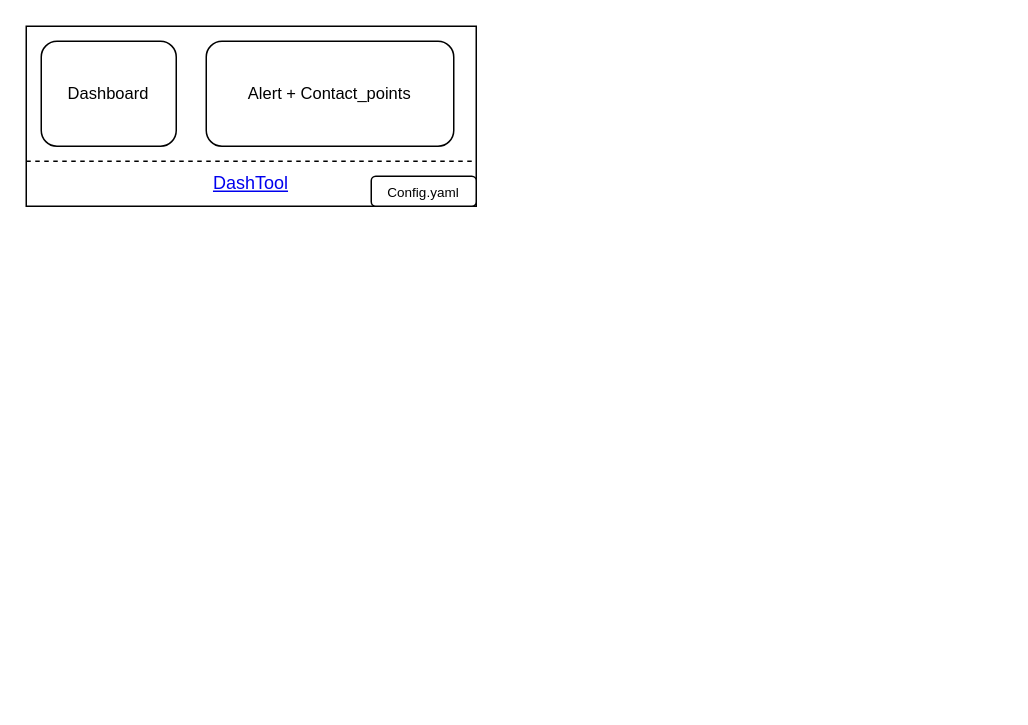
This is Metrics2.0 Webapps design.drawio from Tomoku-dm/diagrams_file, a draw.io file, before an edit. Source tidied: cells renumbered, new cells numbered last; positions are measured from the earlier drawing's top-left corner, leaving out a move shared by most shapes. Both pictures are drawn from the tidied source at 150%, with x=0, y=0 at pixel (26, 26).
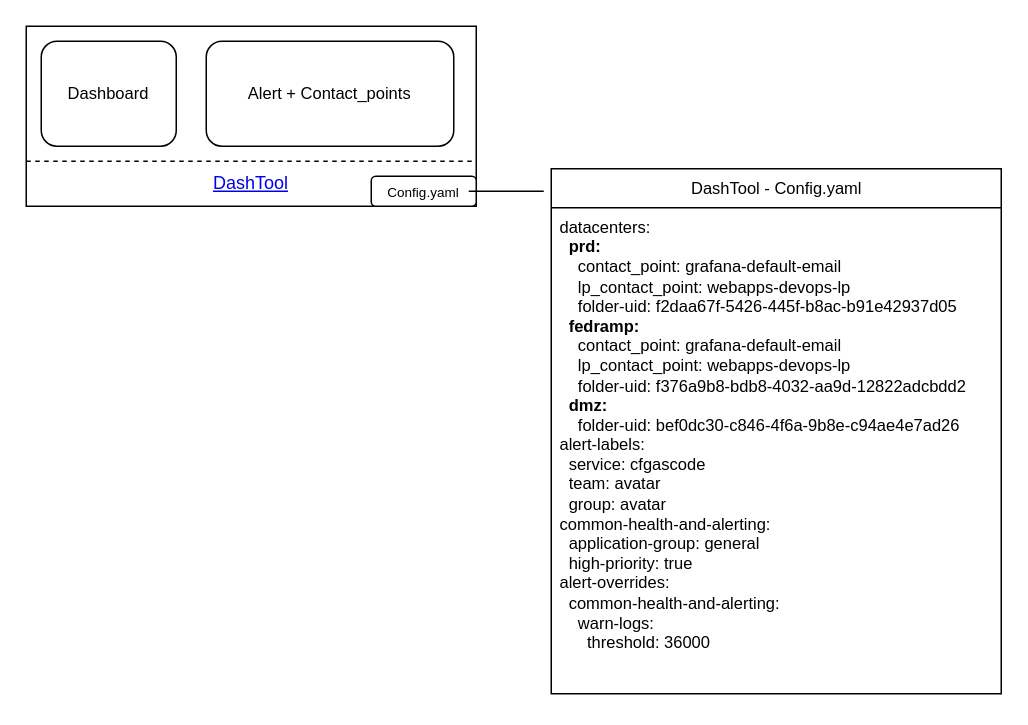
After the change.

The edit, as a diff of the source:
```diff
@@
 <mxGraphModel>
   <root>
     <mxCell id="0" />
     <mxCell id="1" parent="0" />
     <mxCell id="2" style="rounded=0;whiteSpace=wrap;html=1;" parent="1" vertex="1">
       <mxGeometry width="300" height="120" as="geometry" />
     </mxCell>
     <mxCell id="3" value="&lt;a href=&quot;https://sqbu-github.cisco.com/WebExSquared/dash-tool&quot;&gt;DashTool&lt;/a&gt;" style="text;html=1;align=center;verticalAlign=middle;whiteSpace=wrap;rounded=0;" parent="1" vertex="1">
       <mxGeometry x="120" y="90" width="60" height="30" as="geometry" />
     </mxCell>
     <mxCell id="4" style="rounded=1;whiteSpace=wrap;html=1;" parent="1" vertex="1">
       <mxGeometry x="230" y="100" width="70" height="20" as="geometry" />
     </mxCell>
+    <mxCell id="9" style="edgeStyle=none;shape=connector;rounded=0;jettySize=auto;html=1;strokeColor=default;align=center;verticalAlign=middle;fontFamily=Helvetica;fontSize=11;fontColor=default;labelBackgroundColor=default;endArrow=none;" parent="1" edge="1" source="5">
+      <mxGeometry relative="1" as="geometry">
+        <mxPoint x="345" y="110" as="targetPoint" />
+      </mxGeometry>
+    </mxCell>
     <mxCell id="5" value="&lt;font style=&quot;font-size: 9px;&quot;&gt;Config.yaml&lt;/font&gt;" style="text;html=1;align=center;verticalAlign=middle;whiteSpace=wrap;rounded=0;" parent="1" vertex="1">
       <mxGeometry x="235" y="95" width="60" height="30" as="geometry" />
     </mxCell>
     <mxCell id="6" style="endArrow=none;dashed=1;html=1;rounded=0;strokeColor=default;align=center;verticalAlign=middle;fontFamily=Helvetica;fontSize=11;fontColor=default;labelBackgroundColor=default;entryX=1;entryY=0.75;entryDx=0;entryDy=0;exitX=0;exitY=0.75;exitDx=0;exitDy=0;" parent="1" edge="1" source="2" target="2">
       <mxGeometry relative="1" as="geometry" />
     </mxCell>
     <mxCell id="7" value="Dashboard" style="rounded=1;whiteSpace=wrap;html=1;fontFamily=Helvetica;fontSize=11;fontColor=default;labelBackgroundColor=default;" parent="1" vertex="1">
       <mxGeometry x="10" y="10" width="90" height="70" as="geometry" />
     </mxCell>
     <mxCell id="8" value="Alert + Contact_points" style="rounded=1;whiteSpace=wrap;html=1;fontFamily=Helvetica;fontSize=11;fontColor=default;labelBackgroundColor=default;" parent="1" vertex="1">
       <mxGeometry x="120" y="10" width="165" height="70" as="geometry" />
     </mxCell>
+    <mxCell id="10" value="DashTool - Config.yaml" style="swimlane;fontStyle=0;horizontal=1;startSize=26;fillColor=none;html=1;fontFamily=Helvetica;fontSize=11;fontColor=default;labelBackgroundColor=default;" parent="1" vertex="1">
+      <mxGeometry x="350" y="95" width="300" height="350" as="geometry" />
+    </mxCell>
+    <mxCell id="11" value="&lt;div&gt;datacenters:&lt;/div&gt;&lt;div&gt;&lt;b&gt;&amp;nbsp; prd:&lt;/b&gt;&lt;/div&gt;&lt;div&gt;&amp;nbsp; &amp;nbsp; contact_point: grafana-default-email&lt;/div&gt;&lt;div&gt;&amp;nbsp; &amp;nbsp; lp_contact_point: webapps-devops-lp&lt;/div&gt;&lt;div&gt;&amp;nbsp; &amp;nbsp; folder-uid: f2daa67f-5426-445f-b8ac-b91e42937d05&lt;/div&gt;&lt;div&gt;&lt;b&gt;&amp;nbsp; fedramp:&lt;/b&gt;&lt;/div&gt;&lt;div&gt;&amp;nbsp; &amp;nbsp; contact_point: grafana-default-email&lt;/div&gt;&lt;div&gt;&amp;nbsp; &amp;nbsp; lp_contact_point: webapps-devops-lp&lt;/div&gt;&lt;div&gt;&amp;nbsp; &amp;nbsp; folder-uid: f376a9b8-bdb8-4032-aa9d-12822adcbdd2&lt;/div&gt;&lt;div&gt;&lt;b&gt;&amp;nbsp; dmz:&lt;/b&gt;&lt;/div&gt;&lt;div&gt;&amp;nbsp; &amp;nbsp; folder-uid: bef0dc30-c846-4f6a-9b8e-c94ae4e7ad26&lt;/div&gt;&lt;div&gt;alert-labels:&lt;/div&gt;&lt;div&gt;&amp;nbsp; service: cfgascode&lt;/div&gt;&lt;div&gt;&amp;nbsp; team: avatar&lt;/div&gt;&lt;div&gt;&amp;nbsp; group: avatar&lt;/div&gt;&lt;div&gt;common-health-and-alerting:&lt;/div&gt;&lt;div&gt;&amp;nbsp; application-group: general&lt;/div&gt;&lt;div&gt;&amp;nbsp; high-priority: true&lt;/div&gt;&lt;div&gt;alert-overrides:&lt;/div&gt;&lt;div&gt;&amp;nbsp; common-health-and-alerting:&lt;/div&gt;&lt;div&gt;&amp;nbsp; &amp;nbsp; warn-logs:&lt;/div&gt;&lt;div&gt;&amp;nbsp; &amp;nbsp; &amp;nbsp; threshold: 36000&lt;/div&gt;" style="text;strokeColor=none;fillColor=none;align=left;verticalAlign=top;spacingLeft=4;spacingRight=4;overflow=hidden;whiteSpace=wrap;html=1;fontFamily=Helvetica;fontSize=11;fontColor=default;labelBackgroundColor=default;" parent="10" vertex="1">
+      <mxGeometry y="26" width="300" height="324" as="geometry" />
+    </mxCell>
   </root>
 </mxGraphModel>
```
